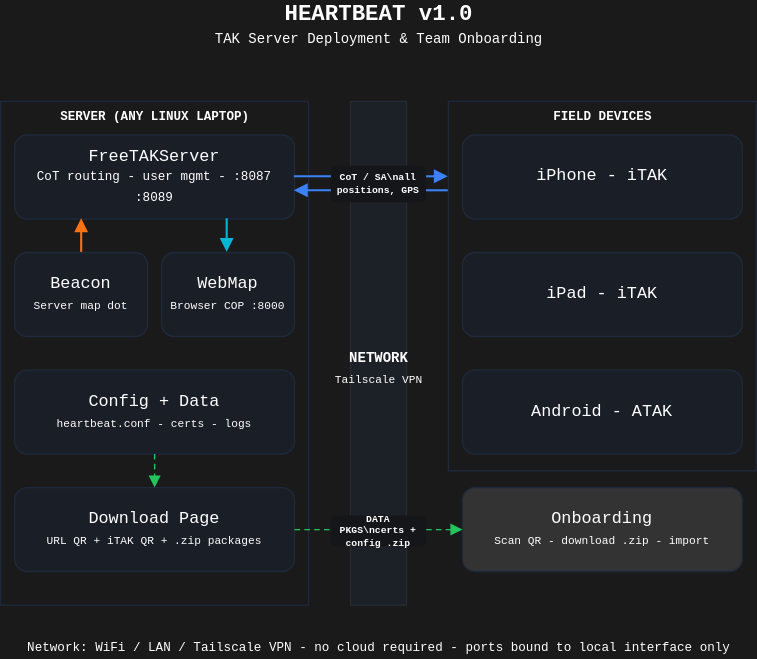
This is docs/architecture/architecture-v2.drawio.svg from fwromano/heartbeat, a draw.io export, as it was before one commit. Source tidied: cells renumbered, new cells last; positions are measured from the earlier drawing's top-left corner, leaving out a move shared by most shapes. Source of this version:
```xml
<mxGraphModel background="#1A1A1A">
  <root>
    <mxCell id="0" />
    <mxCell id="1" parent="0" />
    <mxCell id="2" value="HEARTBEAT v1.0" style="text;html=1;align=center;verticalAlign=middle;fontSize=16;fontStyle=1;fontColor=light-dark(#FFFFFF,#2F3842);fontFamily=Courier New;" parent="1" vertex="1">
      <mxGeometry x="170" width="200" height="20" as="geometry" />
    </mxCell>
    <mxCell id="3" value="TAK Server Deployment &amp;amp; Team Onboarding" style="text;html=1;align=center;verticalAlign=middle;fontSize=10;fontColor=light-dark(#FFFFFF,#2F3842);fontFamily=Courier New;" parent="1" vertex="1">
      <mxGeometry x="120" y="20" width="300" height="16" as="geometry" />
    </mxCell>
    <mxCell id="4" style="rounded=0;whiteSpace=wrap;html=1;strokeColor=#1e293b;fillColor=none;fontColor=light-dark(#FFFFFF,#2F3842);fontFamily=Courier New;" parent="1" vertex="1">
      <mxGeometry y="72" width="220" height="360" as="geometry" />
    </mxCell>
    <mxCell id="5" value="SERVER (ANY LINUX LAPTOP)" style="text;html=1;align=center;verticalAlign=middle;fontSize=9;fontStyle=1;fontColor=light-dark(#FFFFFF,#2F3842);fontFamily=Courier New;" parent="1" vertex="1">
      <mxGeometry x="10" y="78" width="200" height="12" as="geometry" />
    </mxCell>
    <mxCell id="6" value="FreeTAKServer&lt;br&gt;&lt;span style=&quot;font-size: 9px;&quot;&gt;CoT routing - user mgmt - :8087 :8089&lt;/span&gt;" style="rounded=1;whiteSpace=wrap;html=1;align=center;verticalAlign=middle;fillColor=#1a1e27;strokeColor=#1e293b;fontColor=light-dark(#FFFFFF,#2F3842);fontFamily=Courier New;" parent="1" vertex="1">
      <mxGeometry x="10" y="96" width="200" height="60" as="geometry" />
    </mxCell>
    <mxCell id="7" value="Beacon&lt;br&gt;&lt;span style=&quot;font-size: 8px;&quot;&gt;Server map dot&lt;/span&gt;" style="rounded=1;whiteSpace=wrap;html=1;align=center;verticalAlign=middle;fillColor=#1a1e27;strokeColor=#1e293b;fontColor=light-dark(#FFFFFF,#2F3842);fontFamily=Courier New;" parent="1" vertex="1">
      <mxGeometry x="10" y="180" width="95" height="60" as="geometry" />
    </mxCell>
    <mxCell id="8" value="WebMap&lt;br&gt;&lt;span style=&quot;font-size: 8px;&quot;&gt;Browser COP :8000&lt;/span&gt;" style="rounded=1;whiteSpace=wrap;html=1;align=center;verticalAlign=middle;fillColor=#1a1e27;strokeColor=#1e293b;fontColor=light-dark(#FFFFFF,#2F3842);fontFamily=Courier New;" parent="1" vertex="1">
      <mxGeometry x="115" y="180" width="95" height="60" as="geometry" />
    </mxCell>
    <mxCell id="9" value="Config + Data&lt;br&gt;&lt;span style=&quot;font-size: 8px;&quot;&gt;heartbeat.conf - certs - logs&lt;/span&gt;" style="rounded=1;whiteSpace=wrap;html=1;align=center;verticalAlign=middle;fillColor=#1a1e27;strokeColor=#1e293b;fontColor=light-dark(#FFFFFF,#2F3842);fontFamily=Courier New;" parent="1" vertex="1">
      <mxGeometry x="10" y="264" width="200" height="60" as="geometry" />
    </mxCell>
    <mxCell id="10" value="Download Page&lt;br&gt;&lt;span style=&quot;font-size: 8px;&quot;&gt;URL QR + iTAK QR + .zip packages&lt;/span&gt;" style="rounded=1;whiteSpace=wrap;html=1;align=center;verticalAlign=middle;fillColor=#1a1e27;strokeColor=#1e293b;fontColor=light-dark(#FFFFFF,#2F3842);fontFamily=Courier New;" parent="1" vertex="1">
      <mxGeometry x="10" y="348" width="200" height="60" as="geometry" />
    </mxCell>
    <mxCell id="11" style="endArrow=block;strokeColor=#f97316;strokeWidth=1.5;fontColor=light-dark(#FFFFFF,#2F3842);fontFamily=Courier New;" parent="1" edge="1">
      <mxGeometry relative="1" as="geometry">
        <mxPoint x="58" y="180" as="sourcePoint" />
        <mxPoint x="58" y="156" as="targetPoint" />
      </mxGeometry>
    </mxCell>
    <mxCell id="12" style="endArrow=block;strokeColor=#06b6d4;strokeWidth=1.5;fontColor=light-dark(#FFFFFF,#2F3842);fontFamily=Courier New;" parent="1" edge="1">
      <mxGeometry relative="1" as="geometry">
        <mxPoint x="162" y="156" as="sourcePoint" />
        <mxPoint x="162" y="180" as="targetPoint" />
      </mxGeometry>
    </mxCell>
    <mxCell id="13" style="endArrow=block;strokeColor=#22c55e;strokeWidth=1;dashed=1;dashPattern=4 3;fontColor=light-dark(#FFFFFF,#2F3842);fontFamily=Courier New;" parent="1" edge="1">
      <mxGeometry relative="1" as="geometry">
        <mxPoint x="110" y="324" as="sourcePoint" />
        <mxPoint x="110" y="348" as="targetPoint" />
      </mxGeometry>
    </mxCell>
    <mxCell id="14" style="rounded=0;whiteSpace=wrap;html=1;fillColor=#1e293b;strokeColor=#334155;opacity=40;fontColor=light-dark(#FFFFFF,#2F3842);fontFamily=Courier New;" parent="1" vertex="1">
      <mxGeometry x="250" y="72" width="40" height="360" as="geometry" />
    </mxCell>
    <mxCell id="15" value="NETWORK" style="text;html=1;align=center;verticalAlign=middle;fontSize=10;fontStyle=1;fontColor=light-dark(#FFFFFF,#2F3842);fontFamily=Courier New;" parent="1" vertex="1">
      <mxGeometry x="230" y="248" width="80" height="16" as="geometry" />
    </mxCell>
    <mxCell id="16" value="Tailscale VPN" style="text;html=1;align=center;verticalAlign=middle;fontSize=8;fontColor=light-dark(#FFFFFF,#2F3842);fontFamily=Courier New;" parent="1" vertex="1">
      <mxGeometry x="230" y="264" width="80" height="14" as="geometry" />
    </mxCell>
    <mxCell id="17" style="rounded=0;whiteSpace=wrap;html=1;strokeColor=#1e293b;fillColor=none;fontColor=light-dark(#FFFFFF,#2F3842);fontFamily=Courier New;" parent="1" vertex="1">
      <mxGeometry x="320" y="72" width="220" height="264" as="geometry" />
    </mxCell>
    <mxCell id="18" value="FIELD DEVICES" style="text;html=1;align=center;verticalAlign=middle;fontSize=9;fontStyle=1;fontColor=light-dark(#FFFFFF,#2F3842);fontFamily=Courier New;" parent="1" vertex="1">
      <mxGeometry x="340" y="78" width="180" height="12" as="geometry" />
    </mxCell>
    <mxCell id="19" value="iPhone - iTAK" style="rounded=1;whiteSpace=wrap;html=1;align=center;verticalAlign=middle;fillColor=#1a1e27;strokeColor=#1e293b;fontColor=light-dark(#FFFFFF,#2F3842);fontFamily=Courier New;" parent="1" vertex="1">
      <mxGeometry x="330" y="96" width="200" height="60" as="geometry" />
    </mxCell>
    <mxCell id="20" value="iPad - iTAK" style="rounded=1;whiteSpace=wrap;html=1;align=center;verticalAlign=middle;fillColor=#1a1e27;strokeColor=#1e293b;fontColor=light-dark(#FFFFFF,#2F3842);fontFamily=Courier New;" parent="1" vertex="1">
      <mxGeometry x="330" y="180" width="200" height="60" as="geometry" />
    </mxCell>
    <mxCell id="21" value="Android - ATAK" style="rounded=1;whiteSpace=wrap;html=1;align=center;verticalAlign=middle;fillColor=#1a1e27;strokeColor=#1e293b;fontColor=light-dark(#FFFFFF,#2F3842);fontFamily=Courier New;" parent="1" vertex="1">
      <mxGeometry x="330" y="264" width="200" height="60" as="geometry" />
    </mxCell>
    <mxCell id="22" value="Onboarding&lt;br&gt;&lt;span style=&quot;font-size: 8px;&quot;&gt;Scan QR - download .zip - import&lt;/span&gt;" style="rounded=1;whiteSpace=wrap;html=1;align=center;verticalAlign=middle;fillColor=#333333;strokeColor=#1e293b;fontColor=light-dark(#FFFFFF,#2F3842);fontFamily=Courier New;" parent="1" vertex="1">
      <mxGeometry x="330" y="348" width="200" height="60" as="geometry" />
    </mxCell>
    <mxCell id="23" style="endArrow=block;strokeColor=#3b82f6;strokeWidth=1.5;fontColor=light-dark(#FFFFFF,#2F3842);fontFamily=Courier New;" parent="1" edge="1">
      <mxGeometry relative="1" as="geometry">
        <mxPoint x="210" y="126" as="sourcePoint" />
        <mxPoint x="250" y="126" as="targetPoint" />
      </mxGeometry>
    </mxCell>
    <mxCell id="24" style="endArrow=block;strokeColor=#3b82f6;strokeWidth=1.5;fontColor=light-dark(#FFFFFF,#2F3842);fontFamily=Courier New;" parent="1" edge="1">
      <mxGeometry relative="1" as="geometry">
        <mxPoint x="290" y="126" as="sourcePoint" />
        <mxPoint x="320" y="126" as="targetPoint" />
      </mxGeometry>
    </mxCell>
    <mxCell id="25" style="endArrow=block;strokeColor=#3b82f6;strokeWidth=1.5;fontColor=light-dark(#FFFFFF,#2F3842);fontFamily=Courier New;" parent="1" edge="1">
      <mxGeometry relative="1" as="geometry">
        <mxPoint x="320" y="136" as="sourcePoint" />
        <mxPoint x="290" y="136" as="targetPoint" />
      </mxGeometry>
    </mxCell>
    <mxCell id="26" style="endArrow=block;strokeColor=#3b82f6;strokeWidth=1.5;fontColor=light-dark(#FFFFFF,#2F3842);fontFamily=Courier New;" parent="1" edge="1">
      <mxGeometry relative="1" as="geometry">
        <mxPoint x="250" y="136" as="sourcePoint" />
        <mxPoint x="210" y="136" as="targetPoint" />
      </mxGeometry>
    </mxCell>
    <mxCell id="27" value="CoT / SA\nall positions, GPS" style="rounded=1;whiteSpace=wrap;html=1;align=center;verticalAlign=middle;fillColor=#14161a;strokeColor=none;fontSize=7;fontColor=light-dark(#FFFFFF,#2F3842);fontStyle=1;fontFamily=Courier New;" parent="1" vertex="1">
      <mxGeometry x="236" y="118" width="68" height="26" as="geometry" />
    </mxCell>
    <mxCell id="28" style="endArrow=block;strokeColor=#22c55e;strokeWidth=1;dashed=1;dashPattern=4 3;fontColor=light-dark(#FFFFFF,#2F3842);fontFamily=Courier New;" parent="1" edge="1">
      <mxGeometry relative="1" as="geometry">
        <mxPoint x="210" y="378" as="sourcePoint" />
        <mxPoint x="250" y="378" as="targetPoint" />
      </mxGeometry>
    </mxCell>
    <mxCell id="29" style="endArrow=block;strokeColor=#22c55e;strokeWidth=1;dashed=1;dashPattern=4 3;fontColor=light-dark(#FFFFFF,#2F3842);fontFamily=Courier New;entryX=0;entryY=0.5;entryDx=0;entryDy=0;" parent="1" edge="1" target="22">
      <mxGeometry relative="1" as="geometry">
        <mxPoint x="290" y="378" as="sourcePoint" />
      </mxGeometry>
    </mxCell>
    <mxCell id="30" value="DATA PKGS\ncerts + config .zip" style="rounded=1;whiteSpace=wrap;html=1;align=center;verticalAlign=middle;fillColor=#14161a;strokeColor=none;fontSize=7;fontColor=light-dark(#FFFFFF,#2F3842);fontStyle=1;fontFamily=Courier New;" parent="1" vertex="1">
      <mxGeometry x="236" y="368" width="68" height="22" as="geometry" />
    </mxCell>
    <mxCell id="31" value="Network: WiFi / LAN / Tailscale VPN - no cloud required - ports bound to local interface only" style="text;html=1;align=center;verticalAlign=middle;fontSize=9;fontColor=light-dark(#FFFFFF,#2F3842);fontFamily=Courier New;" parent="1" vertex="1">
      <mxGeometry x="20" y="455" width="500" height="16" as="geometry" />
    </mxCell>
  </root>
</mxGraphModel>
```
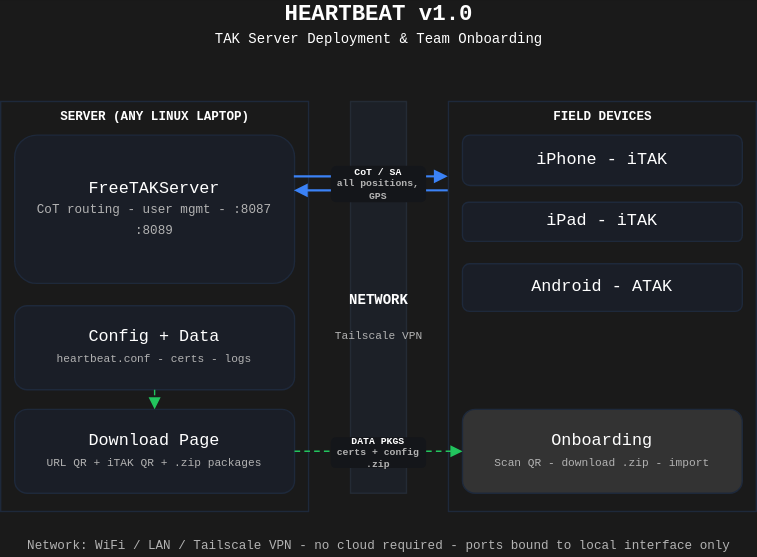
The same file after the commit.

The edit, as a diff of the source:
```diff
@@ -9,70 +9,49 @@
       <mxGeometry x="120" y="20" width="300" height="16" as="geometry" />
     </mxCell>
     <mxCell id="4" style="rounded=0;whiteSpace=wrap;html=1;strokeColor=#1e293b;fillColor=none;fontColor=light-dark(#FFFFFF,#2F3842);fontFamily=Courier New;" parent="1" vertex="1">
-      <mxGeometry y="72" width="220" height="360" as="geometry" />
+      <mxGeometry y="72" width="220" height="293" as="geometry" />
     </mxCell>
     <mxCell id="5" value="SERVER (ANY LINUX LAPTOP)" style="text;html=1;align=center;verticalAlign=middle;fontSize=9;fontStyle=1;fontColor=light-dark(#FFFFFF,#2F3842);fontFamily=Courier New;" parent="1" vertex="1">
       <mxGeometry x="10" y="78" width="200" height="12" as="geometry" />
     </mxCell>
-    <mxCell id="6" value="FreeTAKServer&lt;br&gt;&lt;span style=&quot;font-size: 9px;&quot;&gt;CoT routing - user mgmt - :8087 :8089&lt;/span&gt;" style="rounded=1;whiteSpace=wrap;html=1;align=center;verticalAlign=middle;fillColor=#1a1e27;strokeColor=#1e293b;fontColor=light-dark(#FFFFFF,#2F3842);fontFamily=Courier New;" parent="1" vertex="1">
-      <mxGeometry x="10" y="96" width="200" height="60" as="geometry" />
+    <mxCell id="6" value="FreeTAKServer&lt;br&gt;&lt;span style=&quot;font-size: 9px;&quot;&gt;&lt;font style=&quot;color: rgb(179, 179, 179);&quot;&gt;CoT routing - user mgmt - :8087 :8089&lt;/font&gt;&lt;/span&gt;" style="rounded=1;whiteSpace=wrap;html=1;align=center;verticalAlign=middle;fillColor=#1a1e27;strokeColor=#1e293b;fontColor=light-dark(#FFFFFF,#2F3842);fontFamily=Courier New;" parent="1" vertex="1">
+      <mxGeometry x="10" y="96" width="200" height="106" as="geometry" />
     </mxCell>
-    <mxCell id="7" value="Beacon&lt;br&gt;&lt;span style=&quot;font-size: 8px;&quot;&gt;Server map dot&lt;/span&gt;" style="rounded=1;whiteSpace=wrap;html=1;align=center;verticalAlign=middle;fillColor=#1a1e27;strokeColor=#1e293b;fontColor=light-dark(#FFFFFF,#2F3842);fontFamily=Courier New;" parent="1" vertex="1">
-      <mxGeometry x="10" y="180" width="95" height="60" as="geometry" />
-    </mxCell>
-    <mxCell id="8" value="WebMap&lt;br&gt;&lt;span style=&quot;font-size: 8px;&quot;&gt;Browser COP :8000&lt;/span&gt;" style="rounded=1;whiteSpace=wrap;html=1;align=center;verticalAlign=middle;fillColor=#1a1e27;strokeColor=#1e293b;fontColor=light-dark(#FFFFFF,#2F3842);fontFamily=Courier New;" parent="1" vertex="1">
-      <mxGeometry x="115" y="180" width="95" height="60" as="geometry" />
-    </mxCell>
-    <mxCell id="9" value="Config + Data&lt;br&gt;&lt;span style=&quot;font-size: 8px;&quot;&gt;heartbeat.conf - certs - logs&lt;/span&gt;" style="rounded=1;whiteSpace=wrap;html=1;align=center;verticalAlign=middle;fillColor=#1a1e27;strokeColor=#1e293b;fontColor=light-dark(#FFFFFF,#2F3842);fontFamily=Courier New;" parent="1" vertex="1">
-      <mxGeometry x="10" y="264" width="200" height="60" as="geometry" />
+    <mxCell id="9" value="Config + Data&lt;br&gt;&lt;span style=&quot;font-size: 8px;&quot;&gt;&lt;font style=&quot;color: rgb(179, 179, 179);&quot;&gt;heartbeat.conf - certs - logs&lt;/font&gt;&lt;/span&gt;" style="rounded=1;whiteSpace=wrap;html=1;align=center;verticalAlign=middle;fillColor=#1a1e27;strokeColor=#1e293b;fontColor=light-dark(#FFFFFF,#2F3842);fontFamily=Courier New;" parent="1" vertex="1">
+      <mxGeometry x="10" y="218" width="200" height="60" as="geometry" />
     </mxCell>
-    <mxCell id="10" value="Download Page&lt;br&gt;&lt;span style=&quot;font-size: 8px;&quot;&gt;URL QR + iTAK QR + .zip packages&lt;/span&gt;" style="rounded=1;whiteSpace=wrap;html=1;align=center;verticalAlign=middle;fillColor=#1a1e27;strokeColor=#1e293b;fontColor=light-dark(#FFFFFF,#2F3842);fontFamily=Courier New;" parent="1" vertex="1">
-      <mxGeometry x="10" y="348" width="200" height="60" as="geometry" />
+    <mxCell id="10" value="Download Page&lt;br&gt;&lt;span style=&quot;font-size: 8px;&quot;&gt;&lt;font style=&quot;color: rgb(179, 179, 179);&quot;&gt;URL QR + iTAK QR + .zip packages&lt;/font&gt;&lt;/span&gt;" style="rounded=1;whiteSpace=wrap;html=1;align=center;verticalAlign=middle;fillColor=#1a1e27;strokeColor=#1e293b;fontColor=light-dark(#FFFFFF,#2F3842);fontFamily=Courier New;" parent="1" vertex="1">
+      <mxGeometry x="10" y="292" width="200" height="60" as="geometry" />
     </mxCell>
-    <mxCell id="11" style="endArrow=block;strokeColor=#f97316;strokeWidth=1.5;fontColor=light-dark(#FFFFFF,#2F3842);fontFamily=Courier New;" parent="1" edge="1">
-      <mxGeometry relative="1" as="geometry">
-        <mxPoint x="58" y="180" as="sourcePoint" />
-        <mxPoint x="58" y="156" as="targetPoint" />
-      </mxGeometry>
-    </mxCell>
-    <mxCell id="12" style="endArrow=block;strokeColor=#06b6d4;strokeWidth=1.5;fontColor=light-dark(#FFFFFF,#2F3842);fontFamily=Courier New;" parent="1" edge="1">
-      <mxGeometry relative="1" as="geometry">
-        <mxPoint x="162" y="156" as="sourcePoint" />
-        <mxPoint x="162" y="180" as="targetPoint" />
-      </mxGeometry>
-    </mxCell>
-    <mxCell id="13" style="endArrow=block;strokeColor=#22c55e;strokeWidth=1;dashed=1;dashPattern=4 3;fontColor=light-dark(#FFFFFF,#2F3842);fontFamily=Courier New;" parent="1" edge="1">
-      <mxGeometry relative="1" as="geometry">
-        <mxPoint x="110" y="324" as="sourcePoint" />
-        <mxPoint x="110" y="348" as="targetPoint" />
-      </mxGeometry>
+    <mxCell id="13" style="endArrow=block;strokeColor=#22c55e;strokeWidth=1;dashed=1;dashPattern=4 3;fontColor=light-dark(#FFFFFF,#2F3842);fontFamily=Courier New;entryX=0.5;entryY=0;entryDx=0;entryDy=0;exitX=0.5;exitY=1;exitDx=0;exitDy=0;" parent="1" edge="1" source="9" target="10">
+      <mxGeometry relative="1" as="geometry" />
     </mxCell>
     <mxCell id="14" style="rounded=0;whiteSpace=wrap;html=1;fillColor=#1e293b;strokeColor=#334155;opacity=40;fontColor=light-dark(#FFFFFF,#2F3842);fontFamily=Courier New;" parent="1" vertex="1">
-      <mxGeometry x="250" y="72" width="40" height="360" as="geometry" />
+      <mxGeometry x="250" y="72" width="40" height="280" as="geometry" />
     </mxCell>
     <mxCell id="15" value="NETWORK" style="text;html=1;align=center;verticalAlign=middle;fontSize=10;fontStyle=1;fontColor=light-dark(#FFFFFF,#2F3842);fontFamily=Courier New;" parent="1" vertex="1">
-      <mxGeometry x="230" y="248" width="80" height="16" as="geometry" />
+      <mxGeometry x="230" y="206" width="80" height="16" as="geometry" />
     </mxCell>
-    <mxCell id="16" value="Tailscale VPN" style="text;html=1;align=center;verticalAlign=middle;fontSize=8;fontColor=light-dark(#FFFFFF,#2F3842);fontFamily=Courier New;" parent="1" vertex="1">
-      <mxGeometry x="230" y="264" width="80" height="14" as="geometry" />
+    <mxCell id="16" value="&lt;font style=&quot;color: rgb(179, 179, 179);&quot;&gt;Tailscale VPN&lt;/font&gt;" style="text;html=1;align=center;verticalAlign=middle;fontSize=8;fontColor=light-dark(#FFFFFF,#2F3842);fontFamily=Courier New;" parent="1" vertex="1">
+      <mxGeometry x="230" y="232" width="80" height="14" as="geometry" />
     </mxCell>
     <mxCell id="17" style="rounded=0;whiteSpace=wrap;html=1;strokeColor=#1e293b;fillColor=none;fontColor=light-dark(#FFFFFF,#2F3842);fontFamily=Courier New;" parent="1" vertex="1">
-      <mxGeometry x="320" y="72" width="220" height="264" as="geometry" />
+      <mxGeometry x="320" y="72" width="220" height="293" as="geometry" />
     </mxCell>
     <mxCell id="18" value="FIELD DEVICES" style="text;html=1;align=center;verticalAlign=middle;fontSize=9;fontStyle=1;fontColor=light-dark(#FFFFFF,#2F3842);fontFamily=Courier New;" parent="1" vertex="1">
       <mxGeometry x="340" y="78" width="180" height="12" as="geometry" />
     </mxCell>
     <mxCell id="19" value="iPhone - iTAK" style="rounded=1;whiteSpace=wrap;html=1;align=center;verticalAlign=middle;fillColor=#1a1e27;strokeColor=#1e293b;fontColor=light-dark(#FFFFFF,#2F3842);fontFamily=Courier New;" parent="1" vertex="1">
-      <mxGeometry x="330" y="96" width="200" height="60" as="geometry" />
+      <mxGeometry x="330" y="96" width="200" height="36" as="geometry" />
     </mxCell>
     <mxCell id="20" value="iPad - iTAK" style="rounded=1;whiteSpace=wrap;html=1;align=center;verticalAlign=middle;fillColor=#1a1e27;strokeColor=#1e293b;fontColor=light-dark(#FFFFFF,#2F3842);fontFamily=Courier New;" parent="1" vertex="1">
-      <mxGeometry x="330" y="180" width="200" height="60" as="geometry" />
+      <mxGeometry x="330" y="144" width="200" height="28" as="geometry" />
     </mxCell>
     <mxCell id="21" value="Android - ATAK" style="rounded=1;whiteSpace=wrap;html=1;align=center;verticalAlign=middle;fillColor=#1a1e27;strokeColor=#1e293b;fontColor=light-dark(#FFFFFF,#2F3842);fontFamily=Courier New;" parent="1" vertex="1">
-      <mxGeometry x="330" y="264" width="200" height="60" as="geometry" />
+      <mxGeometry x="330" y="188" width="200" height="34" as="geometry" />
     </mxCell>
-    <mxCell id="22" value="Onboarding&lt;br&gt;&lt;span style=&quot;font-size: 8px;&quot;&gt;Scan QR - download .zip - import&lt;/span&gt;" style="rounded=1;whiteSpace=wrap;html=1;align=center;verticalAlign=middle;fillColor=#333333;strokeColor=#1e293b;fontColor=light-dark(#FFFFFF,#2F3842);fontFamily=Courier New;" parent="1" vertex="1">
-      <mxGeometry x="330" y="348" width="200" height="60" as="geometry" />
+    <mxCell id="22" value="Onboarding&lt;br&gt;&lt;span style=&quot;font-size: 8px;&quot;&gt;&lt;font style=&quot;color: rgb(179, 179, 179);&quot;&gt;Scan QR - download .zip - import&lt;/font&gt;&lt;/span&gt;" style="rounded=1;whiteSpace=wrap;html=1;align=center;verticalAlign=middle;fillColor=#333333;strokeColor=#1e293b;fontColor=light-dark(#FFFFFF,#2F3842);fontFamily=Courier New;" parent="1" vertex="1">
+      <mxGeometry x="330" y="292" width="200" height="60" as="geometry" />
     </mxCell>
     <mxCell id="23" style="endArrow=block;strokeColor=#3b82f6;strokeWidth=1.5;fontColor=light-dark(#FFFFFF,#2F3842);fontFamily=Courier New;" parent="1" edge="1">
       <mxGeometry relative="1" as="geometry">
@@ -98,25 +77,25 @@
         <mxPoint x="210" y="136" as="targetPoint" />
       </mxGeometry>
     </mxCell>
-    <mxCell id="27" value="CoT / SA\nall positions, GPS" style="rounded=1;whiteSpace=wrap;html=1;align=center;verticalAlign=middle;fillColor=#14161a;strokeColor=none;fontSize=7;fontColor=light-dark(#FFFFFF,#2F3842);fontStyle=1;fontFamily=Courier New;" parent="1" vertex="1">
+    <mxCell id="27" value="CoT / SA&lt;div&gt;&lt;font style=&quot;color: rgb(179, 179, 179);&quot;&gt;all positions, GPS&lt;/font&gt;&lt;/div&gt;" style="rounded=1;whiteSpace=wrap;html=1;align=center;verticalAlign=middle;fillColor=#14161a;strokeColor=none;fontSize=7;fontColor=light-dark(#FFFFFF,#2F3842);fontStyle=1;fontFamily=Courier New;" parent="1" vertex="1">
       <mxGeometry x="236" y="118" width="68" height="26" as="geometry" />
     </mxCell>
     <mxCell id="28" style="endArrow=block;strokeColor=#22c55e;strokeWidth=1;dashed=1;dashPattern=4 3;fontColor=light-dark(#FFFFFF,#2F3842);fontFamily=Courier New;" parent="1" edge="1">
       <mxGeometry relative="1" as="geometry">
-        <mxPoint x="210" y="378" as="sourcePoint" />
-        <mxPoint x="250" y="378" as="targetPoint" />
+        <mxPoint x="210" y="322" as="sourcePoint" />
+        <mxPoint x="250" y="322" as="targetPoint" />
       </mxGeometry>
     </mxCell>
     <mxCell id="29" style="endArrow=block;strokeColor=#22c55e;strokeWidth=1;dashed=1;dashPattern=4 3;fontColor=light-dark(#FFFFFF,#2F3842);fontFamily=Courier New;entryX=0;entryY=0.5;entryDx=0;entryDy=0;" parent="1" edge="1" target="22">
       <mxGeometry relative="1" as="geometry">
-        <mxPoint x="290" y="378" as="sourcePoint" />
+        <mxPoint x="290" y="322" as="sourcePoint" />
       </mxGeometry>
     </mxCell>
-    <mxCell id="30" value="DATA PKGS\ncerts + config .zip" style="rounded=1;whiteSpace=wrap;html=1;align=center;verticalAlign=middle;fillColor=#14161a;strokeColor=none;fontSize=7;fontColor=light-dark(#FFFFFF,#2F3842);fontStyle=1;fontFamily=Courier New;" parent="1" vertex="1">
-      <mxGeometry x="236" y="368" width="68" height="22" as="geometry" />
+    <mxCell id="30" value="DATA PKGS&lt;div&gt;&lt;font style=&quot;color: rgb(179, 179, 179);&quot;&gt;certs + config .zip&lt;/font&gt;&lt;/div&gt;" style="rounded=1;whiteSpace=wrap;html=1;align=center;verticalAlign=middle;fillColor=#14161a;strokeColor=none;fontSize=7;fontColor=light-dark(#FFFFFF,#2F3842);fontStyle=1;fontFamily=Courier New;" parent="1" vertex="1">
+      <mxGeometry x="236" y="312" width="68" height="22" as="geometry" />
     </mxCell>
-    <mxCell id="31" value="Network: WiFi / LAN / Tailscale VPN - no cloud required - ports bound to local interface only" style="text;html=1;align=center;verticalAlign=middle;fontSize=9;fontColor=light-dark(#FFFFFF,#2F3842);fontFamily=Courier New;" parent="1" vertex="1">
-      <mxGeometry x="20" y="455" width="500" height="16" as="geometry" />
+    <mxCell id="31" value="&lt;font style=&quot;color: rgb(179, 179, 179);&quot;&gt;Network: WiFi / LAN / Tailscale VPN - no cloud required - ports bound to local interface only&lt;/font&gt;" style="text;html=1;align=center;verticalAlign=middle;fontSize=9;fontColor=light-dark(#FFFFFF,#2F3842);fontFamily=Courier New;" parent="1" vertex="1">
+      <mxGeometry x="20" y="382" width="500" height="16" as="geometry" />
     </mxCell>
   </root>
 </mxGraphModel>
```
